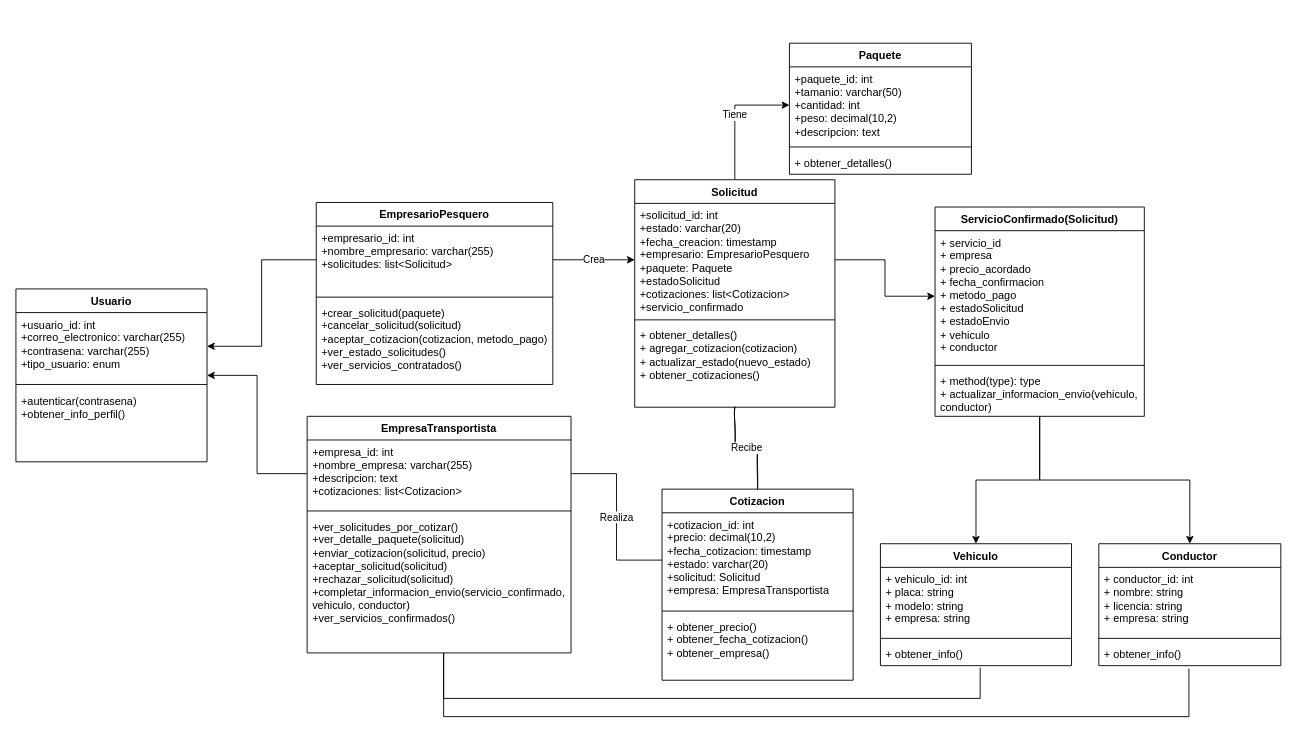
Before: chapter-4/assets/PescaGoClassDiagram_v1.drawio in 1ASI0729-2510-4321-devvolution/PescaGo-Report, a draw.io diagram. Source tidied: cells renumbered, new cells numbered last; positions are measured from the earlier drawing's top-left corner, leaving out a move shared by most shapes. Both pictures are drawn from the tidied source at 91%, with x=0, y=0 at pixel (15, 43).
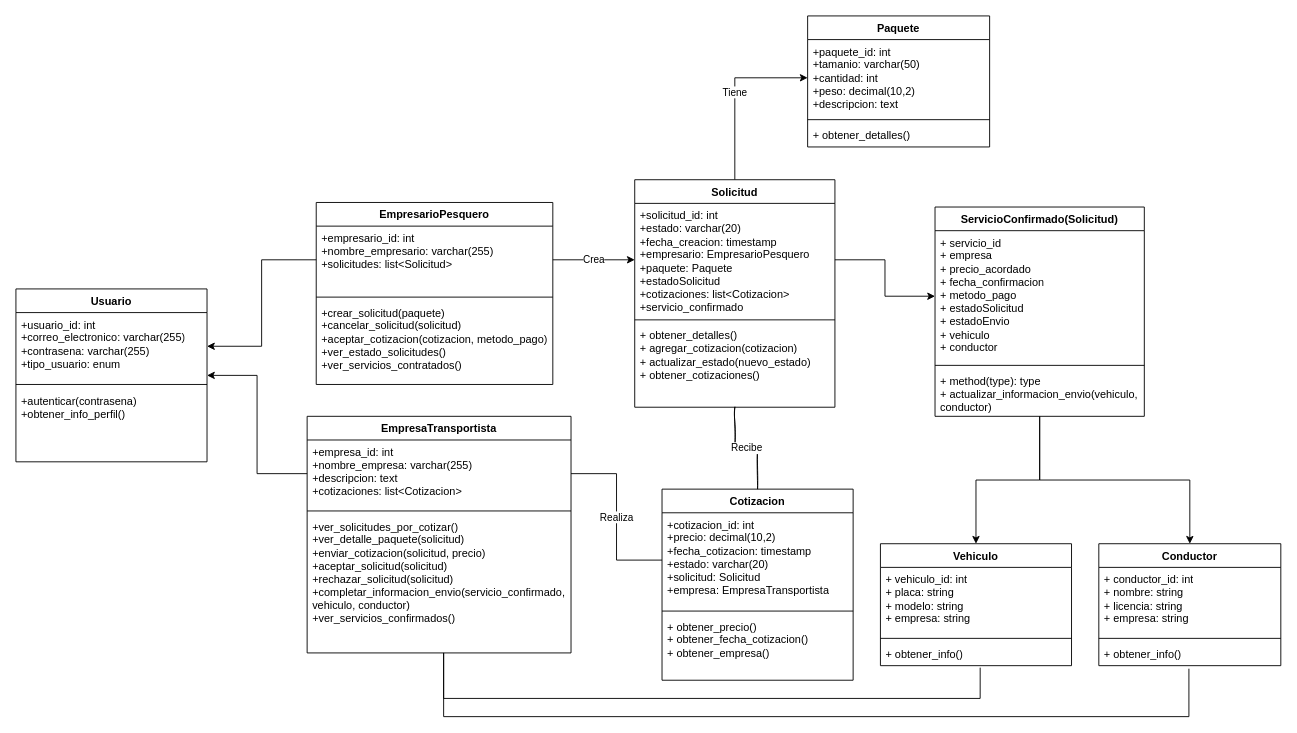
The same diagram, later.

What changed in the source:
```diff
@@
-<mxGraphModel>
+<mxGraphModel background="#ffffff">
@@
     <mxCell id="14" value="Paquete " style="swimlane;fontStyle=1;align=center;verticalAlign=top;horizontal=1;startSize=26;whiteSpace=wrap;html=1;" parent="1" vertex="1">
-      <mxGeometry x="850" width="200" height="144" as="geometry" />
+      <mxGeometry x="870" y="-30" width="200" height="144" as="geometry" />
     </mxCell>
```
